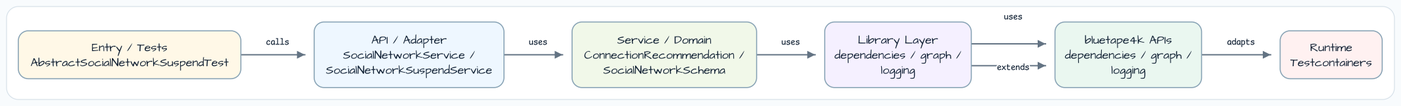
Above: docs/images/readme-diagrams/graph-social-network-readme-architecture-01.png in bluetape4k/bluetape4k-workshop (Graphviz), before the change. Its source is kept beside it as docs/images/readme-diagrams/graph-social-network-readme-architecture-01.dot. Its diagram source:
```dot
digraph G {
  graph [
    rankdir=LR,
    bgcolor="white",
    pad="0.35",
    nodesep="0.55",
    ranksep="0.75",
    splines=ortho,
    outputorder=edgesfirst
  ];
  node [
    shape=box,
    style="rounded,filled",
    penwidth=1.4,
    color="#88A3B5",
    fillcolor="#F6FAFF",
    fontname="Architects Daughter",
    fontsize=14,
    margin="0.14,0.10"
  ];
  edge [
    color="#637383",
    arrowsize=0.8,
    penwidth=1.5,
    fontname="Comic Mono",
    fontsize=11
  ];

  entry [label="Entry / Tests\nAbstractSocialNetworkSuspendTest", fillcolor="#FFF8E7"];
  api [label="API / Adapter\nSocialNetworkService /\nSocialNetworkSuspendService", fillcolor="#EEF7FF"];
  service [label="Service / Domain\nConnectionRecommendation /\nSocialNetworkSchema", fillcolor="#F1F8E9"];
  infra [label="Library Layer\ndependencies / graph /\nlogging", fillcolor="#F5F0FF"];
  bt [label="bluetape4k APIs\ndependencies / graph /\nlogging", fillcolor="#EAF7F0"];
  runtime [label="Runtime\nTestcontainers", fillcolor="#FFF1F1"];

  entry -> api [label="calls"];
  api -> service [label="uses"];
  service -> infra [label="uses"];
  infra -> bt [label="uses"];
  infra -> bt [label="extends"];
  bt -> runtime [label="adapts"];
}
```
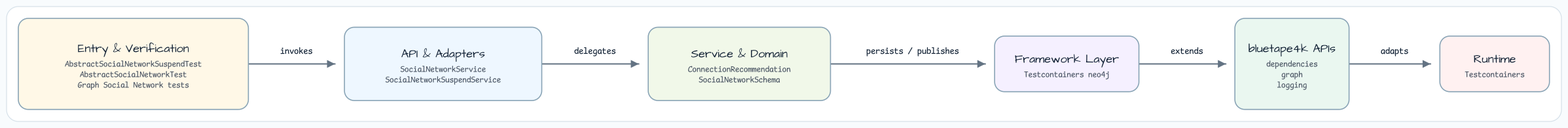
The same file after the commit.

What changed in the source:
```diff
@@ -3,8 +3,8 @@
     rankdir=LR,
     bgcolor="white",
     pad="0.35",
-    nodesep="0.55",
-    ranksep="0.75",
+    nodesep="0.70",
+    ranksep="0.95",
     splines=ortho,
     outputorder=edgesfirst
   ];
@@ -16,7 +16,7 @@
     fillcolor="#F6FAFF",
     fontname="Architects Daughter",
     fontsize=14,
-    margin="0.14,0.10"
+    margin="0.20,0.16"
   ];
   edge [
     color="#637383",
@@ -26,17 +26,16 @@
     fontsize=11
   ];
 
-  entry [label="Entry / Tests\nAbstractSocialNetworkSuspendTest", fillcolor="#FFF8E7"];
-  api [label="API / Adapter\nSocialNetworkService /\nSocialNetworkSuspendService", fillcolor="#EEF7FF"];
-  service [label="Service / Domain\nConnectionRecommendation /\nSocialNetworkSchema", fillcolor="#F1F8E9"];
-  infra [label="Library Layer\ndependencies / graph /\nlogging", fillcolor="#F5F0FF"];
-  bt [label="bluetape4k APIs\ndependencies / graph /\nlogging", fillcolor="#EAF7F0"];
+  entry [label="Entry & Verification\nAbstractSocialNetworkSuspendTest\nAbstractSocialNetworkTest\nGraph Social Network tests", fillcolor="#FFF8E7"];
+  api [label="API & Adapters\nSocialNetworkService\nSocialNetworkSuspendService", fillcolor="#EEF7FF"];
+  service [label="Service & Domain\nConnectionRecommendation\nSocialNetworkSchema", fillcolor="#F1F8E9"];
+  infra [label="Framework Layer\nTestcontainers neo4j", fillcolor="#F5F0FF"];
+  bt [label="bluetape4k APIs\ndependencies\ngraph\nlogging", fillcolor="#EAF7F0"];
   runtime [label="Runtime\nTestcontainers", fillcolor="#FFF1F1"];
 
-  entry -> api [label="calls"];
-  api -> service [label="uses"];
-  service -> infra [label="uses"];
-  infra -> bt [label="uses"];
+  entry -> api [label="invokes"];
+  api -> service [label="delegates"];
+  service -> infra [label="persists / publishes"];
   infra -> bt [label="extends"];
   bt -> runtime [label="adapts"];
 }
```
